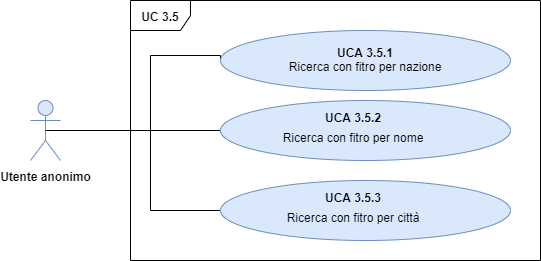
This is DocumentazioneEsterna/AnalisiDeiRequisiti/Sezioni/UseCase/Immagini/UCA3.5.png from qb-team/Stalker-Documentazione, a draw.io export, as it was before one commit. Source tidied: cells renumbered, new cells last; positions are measured from the earlier drawing's top-left corner, leaving out a move shared by most shapes. The source it was exported from:
```xml
<mxGraphModel>
  <root>
    <mxCell id="0" />
    <mxCell id="1" parent="0" />
    <mxCell id="2" value="&lt;b&gt;UC 3.5&lt;/b&gt;" style="shape=umlFrame;whiteSpace=wrap;html=1;fontSize=12;fontFamily=Helvetica;" parent="1" vertex="1">
      <mxGeometry x="100" width="410" height="260" as="geometry" />
    </mxCell>
    <mxCell id="3" value="&lt;b&gt;Utente anonimo&lt;/b&gt;" style="shape=umlActor;verticalLabelPosition=bottom;labelBackgroundColor=#ffffff;verticalAlign=top;html=1;outlineConnect=0;fillColor=#dae8fc;strokeColor=#6c8ebf;fontSize=12;fontFamily=Helvetica;" parent="1" vertex="1">
      <mxGeometry y="100" width="30" height="60" as="geometry" />
    </mxCell>
    <mxCell id="4" style="edgeStyle=orthogonalEdgeStyle;rounded=0;jettySize=auto;html=1;exitX=0;exitY=0.5;exitDx=0;exitDy=0;entryX=0.5;entryY=0.5;entryDx=0;entryDy=0;entryPerimeter=0;endArrow=none;endFill=0;fontSize=12;fontFamily=Helvetica;" parent="1" edge="1" source="5" target="3">
      <mxGeometry relative="1" as="geometry">
        <Array as="points">
          <mxPoint x="120" y="55" />
          <mxPoint x="120" y="130" />
        </Array>
      </mxGeometry>
    </mxCell>
    <mxCell id="5" value="&lt;font style=&quot;font-size: 12px&quot;&gt;&lt;b&gt;UCA 3.5.1&lt;/b&gt;&lt;br&gt;Ricerca con fitro per nazione&lt;/font&gt;" style="ellipse;whiteSpace=wrap;html=1;fillColor=#dae8fc;strokeColor=#6c8ebf;fontSize=12;fontFamily=Helvetica;" parent="1" vertex="1">
      <mxGeometry x="190" y="30" width="290" height="60" as="geometry" />
    </mxCell>
    <mxCell id="6" style="edgeStyle=none;rounded=0;jettySize=auto;html=1;exitX=0;exitY=0.5;exitDx=0;exitDy=0;endArrow=none;endFill=0;fontSize=12;fontFamily=Helvetica;" parent="1" edge="1" source="7">
      <mxGeometry relative="1" as="geometry">
        <mxPoint x="120" y="130" as="targetPoint" />
      </mxGeometry>
    </mxCell>
    <mxCell id="7" value="&lt;p class=&quot;MsoListParagraph&quot; style=&quot;text-indent: -18pt ; font-size: 12px ; line-height: 20%&quot;&gt;&lt;font style=&quot;font-size: 12px&quot;&gt;&lt;b&gt;UCA 3.5.2&lt;/b&gt;&lt;/font&gt;&lt;/p&gt;&lt;p class=&quot;MsoListParagraph&quot; style=&quot;text-indent: -18pt ; font-size: 12px&quot;&gt;&lt;font style=&quot;font-size: 12px&quot;&gt;Ricerca con fitro per nome&lt;/font&gt;&lt;/p&gt;" style="ellipse;whiteSpace=wrap;html=1;fillColor=#dae8fc;strokeColor=#6c8ebf;fontSize=12;fontFamily=Helvetica;align=center;" parent="1" vertex="1">
      <mxGeometry x="190" y="100" width="290" height="60" as="geometry" />
    </mxCell>
    <mxCell id="8" style="edgeStyle=orthogonalEdgeStyle;rounded=0;jettySize=auto;html=1;exitX=0;exitY=0.5;exitDx=0;exitDy=0;endArrow=none;endFill=0;fontSize=12;fontFamily=Helvetica;" parent="1" edge="1" source="9">
      <mxGeometry relative="1" as="geometry">
        <mxPoint x="120" y="130" as="targetPoint" />
      </mxGeometry>
    </mxCell>
    <mxCell id="9" value="&lt;p class=&quot;MsoListParagraph&quot; style=&quot;text-indent: -18pt ; font-size: 12px ; line-height: 20%&quot;&gt;&lt;font style=&quot;font-size: 12px&quot;&gt;&lt;b&gt;UCA 3.5.3&lt;/b&gt;&lt;/font&gt;&lt;/p&gt;&lt;p class=&quot;MsoListParagraph&quot; style=&quot;text-indent: -18pt ; font-size: 12px&quot;&gt;&lt;span style=&quot;text-indent: -18pt&quot;&gt;Ricerca&amp;nbsp;&lt;/span&gt;&lt;span&gt;con fitro&amp;nbsp;&lt;/span&gt;&lt;span style=&quot;text-indent: -18pt&quot;&gt;per città&lt;/span&gt;&lt;/p&gt;" style="ellipse;whiteSpace=wrap;html=1;fillColor=#dae8fc;strokeColor=#6c8ebf;fontSize=12;fontFamily=Helvetica;" parent="1" vertex="1">
      <mxGeometry x="190" y="180" width="290" height="60" as="geometry" />
    </mxCell>
  </root>
</mxGraphModel>
```
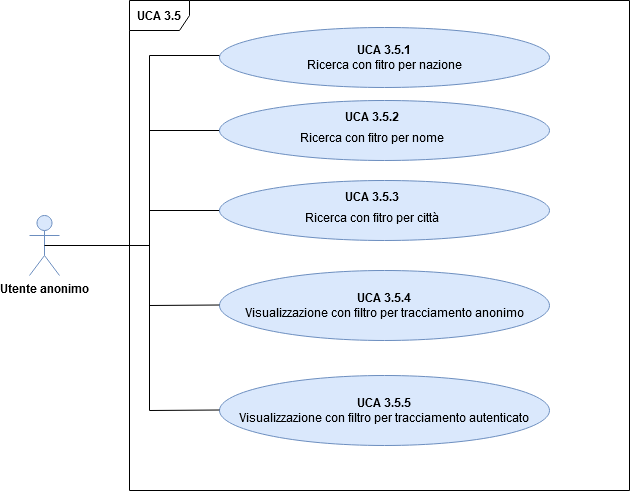
Later version of the same file.

The edit, as a diff of the source:
```diff
@@ -2,38 +2,63 @@
   <root>
     <mxCell id="0" />
     <mxCell id="1" parent="0" />
-    <mxCell id="2" value="&lt;b&gt;UC 3.5&lt;/b&gt;" style="shape=umlFrame;whiteSpace=wrap;html=1;fontSize=12;fontFamily=Helvetica;" parent="1" vertex="1">
-      <mxGeometry x="100" width="410" height="260" as="geometry" />
-    </mxCell>
+    <mxCell id="10" value="&lt;b&gt;UCA 3.5&lt;/b&gt;" style="shape=umlFrame;whiteSpace=wrap;html=1;fontSize=12;fontFamily=Helvetica;" parent="1" vertex="1">
+      <mxGeometry x="90" y="-90" width="500" height="490" as="geometry" />
+    </mxCell>
     <mxCell id="3" value="&lt;b&gt;Utente anonimo&lt;/b&gt;" style="shape=umlActor;verticalLabelPosition=bottom;labelBackgroundColor=#ffffff;verticalAlign=top;html=1;outlineConnect=0;fillColor=#dae8fc;strokeColor=#6c8ebf;fontSize=12;fontFamily=Helvetica;" parent="1" vertex="1">
-      <mxGeometry y="100" width="30" height="60" as="geometry" />
+      <mxGeometry x="-10" y="125" width="30" height="60" as="geometry" />
     </mxCell>
     <mxCell id="4" style="edgeStyle=orthogonalEdgeStyle;rounded=0;jettySize=auto;html=1;exitX=0;exitY=0.5;exitDx=0;exitDy=0;entryX=0.5;entryY=0.5;entryDx=0;entryDy=0;entryPerimeter=0;endArrow=none;endFill=0;fontSize=12;fontFamily=Helvetica;" parent="1" edge="1" source="5" target="3">
       <mxGeometry relative="1" as="geometry">
         <Array as="points">
-          <mxPoint x="120" y="55" />
-          <mxPoint x="120" y="130" />
+          <mxPoint x="180" y="-35" />
+          <mxPoint x="110" y="-35" />
+          <mxPoint x="110" y="155" />
         </Array>
       </mxGeometry>
     </mxCell>
     <mxCell id="5" value="&lt;font style=&quot;font-size: 12px&quot;&gt;&lt;b&gt;UCA 3.5.1&lt;/b&gt;&lt;br&gt;Ricerca con fitro per nazione&lt;/font&gt;" style="ellipse;whiteSpace=wrap;html=1;fillColor=#dae8fc;strokeColor=#6c8ebf;fontSize=12;fontFamily=Helvetica;" parent="1" vertex="1">
-      <mxGeometry x="190" y="30" width="290" height="60" as="geometry" />
+      <mxGeometry x="180" y="-63" width="330" height="60" as="geometry" />
     </mxCell>
-    <mxCell id="6" style="edgeStyle=none;rounded=0;jettySize=auto;html=1;exitX=0;exitY=0.5;exitDx=0;exitDy=0;endArrow=none;endFill=0;fontSize=12;fontFamily=Helvetica;" parent="1" edge="1" source="7">
-      <mxGeometry relative="1" as="geometry">
-        <mxPoint x="120" y="130" as="targetPoint" />
-      </mxGeometry>
-    </mxCell>
+    <mxCell id="11" style="edgeStyle=none;rounded=0;jettySize=auto;html=1;exitX=0;exitY=0.5;exitDx=0;exitDy=0;endArrow=none;endFill=0;fontSize=12;fontFamily=Helvetica;" parent="1" edge="1" source="7">
+      <mxGeometry relative="1" as="geometry">
+        <mxPoint x="110" y="40" as="targetPoint" />
+      </mxGeometry>
+    </mxCell>
     <mxCell id="7" value="&lt;p class=&quot;MsoListParagraph&quot; style=&quot;text-indent: -18pt ; font-size: 12px ; line-height: 20%&quot;&gt;&lt;font style=&quot;font-size: 12px&quot;&gt;&lt;b&gt;UCA 3.5.2&lt;/b&gt;&lt;/font&gt;&lt;/p&gt;&lt;p class=&quot;MsoListParagraph&quot; style=&quot;text-indent: -18pt ; font-size: 12px&quot;&gt;&lt;font style=&quot;font-size: 12px&quot;&gt;Ricerca con fitro per nome&lt;/font&gt;&lt;/p&gt;" style="ellipse;whiteSpace=wrap;html=1;fillColor=#dae8fc;strokeColor=#6c8ebf;fontSize=12;fontFamily=Helvetica;align=center;" parent="1" vertex="1">
-      <mxGeometry x="190" y="100" width="290" height="60" as="geometry" />
+      <mxGeometry x="180" y="10" width="330" height="60" as="geometry" />
     </mxCell>
-    <mxCell id="8" style="edgeStyle=orthogonalEdgeStyle;rounded=0;jettySize=auto;html=1;exitX=0;exitY=0.5;exitDx=0;exitDy=0;endArrow=none;endFill=0;fontSize=12;fontFamily=Helvetica;" parent="1" edge="1" source="9">
-      <mxGeometry relative="1" as="geometry">
-        <mxPoint x="120" y="130" as="targetPoint" />
-      </mxGeometry>
-    </mxCell>
+    <mxCell id="12" style="edgeStyle=orthogonalEdgeStyle;rounded=0;jettySize=auto;html=1;exitX=0;exitY=0.5;exitDx=0;exitDy=0;endArrow=none;endFill=0;fontSize=12;fontFamily=Helvetica;" parent="1" edge="1" source="9">
+      <mxGeometry relative="1" as="geometry">
+        <mxPoint x="110" y="40" as="targetPoint" />
+      </mxGeometry>
+    </mxCell>
     <mxCell id="9" value="&lt;p class=&quot;MsoListParagraph&quot; style=&quot;text-indent: -18pt ; font-size: 12px ; line-height: 20%&quot;&gt;&lt;font style=&quot;font-size: 12px&quot;&gt;&lt;b&gt;UCA 3.5.3&lt;/b&gt;&lt;/font&gt;&lt;/p&gt;&lt;p class=&quot;MsoListParagraph&quot; style=&quot;text-indent: -18pt ; font-size: 12px&quot;&gt;&lt;span style=&quot;text-indent: -18pt&quot;&gt;Ricerca&amp;nbsp;&lt;/span&gt;&lt;span&gt;con fitro&amp;nbsp;&lt;/span&gt;&lt;span style=&quot;text-indent: -18pt&quot;&gt;per città&lt;/span&gt;&lt;/p&gt;" style="ellipse;whiteSpace=wrap;html=1;fillColor=#dae8fc;strokeColor=#6c8ebf;fontSize=12;fontFamily=Helvetica;" parent="1" vertex="1">
-      <mxGeometry x="190" y="180" width="290" height="60" as="geometry" />
+      <mxGeometry x="180" y="90" width="330" height="60" as="geometry" />
     </mxCell>
+    <mxCell id="13" value="&lt;span style=&quot;line-height: 107% ; font-size: 12px&quot;&gt;&lt;font style=&quot;font-size: 12px&quot;&gt;&lt;b&gt;UCA 3.5.4&lt;/b&gt;&lt;br&gt;Visualizzazione con filtro per tracciamento anonimo&lt;/font&gt;&lt;/span&gt;" style="ellipse;whiteSpace=wrap;html=1;fillColor=#dae8fc;strokeColor=#6c8ebf;fontFamily=Helvetica;fontSize=12;" parent="1" vertex="1">
+      <mxGeometry x="180" y="180" width="330" height="70" as="geometry" />
+    </mxCell>
+    <mxCell id="14" value="&lt;span style=&quot;line-height: 107% ; font-size: 12px&quot;&gt;&lt;font style=&quot;font-size: 12px&quot;&gt;&lt;b&gt;UCA 3.5.5&lt;/b&gt;&lt;br&gt;&lt;span style=&quot;line-height: 107% ; font-size: 12px&quot;&gt;Visualizzazione con filtro per tracciamento autenticato&lt;/span&gt;&lt;/font&gt;&lt;br style=&quot;font-size: 12px&quot;&gt;&lt;/span&gt;" style="ellipse;whiteSpace=wrap;html=1;fillColor=#dae8fc;strokeColor=#6c8ebf;fontFamily=Helvetica;fontSize=12;" parent="1" vertex="1">
+      <mxGeometry x="180" y="285" width="330" height="70" as="geometry" />
+    </mxCell>
+    <mxCell id="15" style="endArrow=none;html=1;" parent="1" edge="1">
+      <mxGeometry relative="1" as="geometry">
+        <mxPoint x="110" y="320" as="sourcePoint" />
+        <mxPoint x="110" y="120" as="targetPoint" />
+      </mxGeometry>
+    </mxCell>
+    <mxCell id="16" style="endArrow=none;html=1;" parent="1" edge="1">
+      <mxGeometry relative="1" as="geometry">
+        <mxPoint x="110" y="320" as="sourcePoint" />
+        <mxPoint x="180" y="319.5" as="targetPoint" />
+      </mxGeometry>
+    </mxCell>
+    <mxCell id="17" style="endArrow=none;html=1;" parent="1" edge="1">
+      <mxGeometry relative="1" as="geometry">
+        <mxPoint x="110" y="215" as="sourcePoint" />
+        <mxPoint x="180" y="214.5" as="targetPoint" />
+      </mxGeometry>
+    </mxCell>
   </root>
 </mxGraphModel>
```
